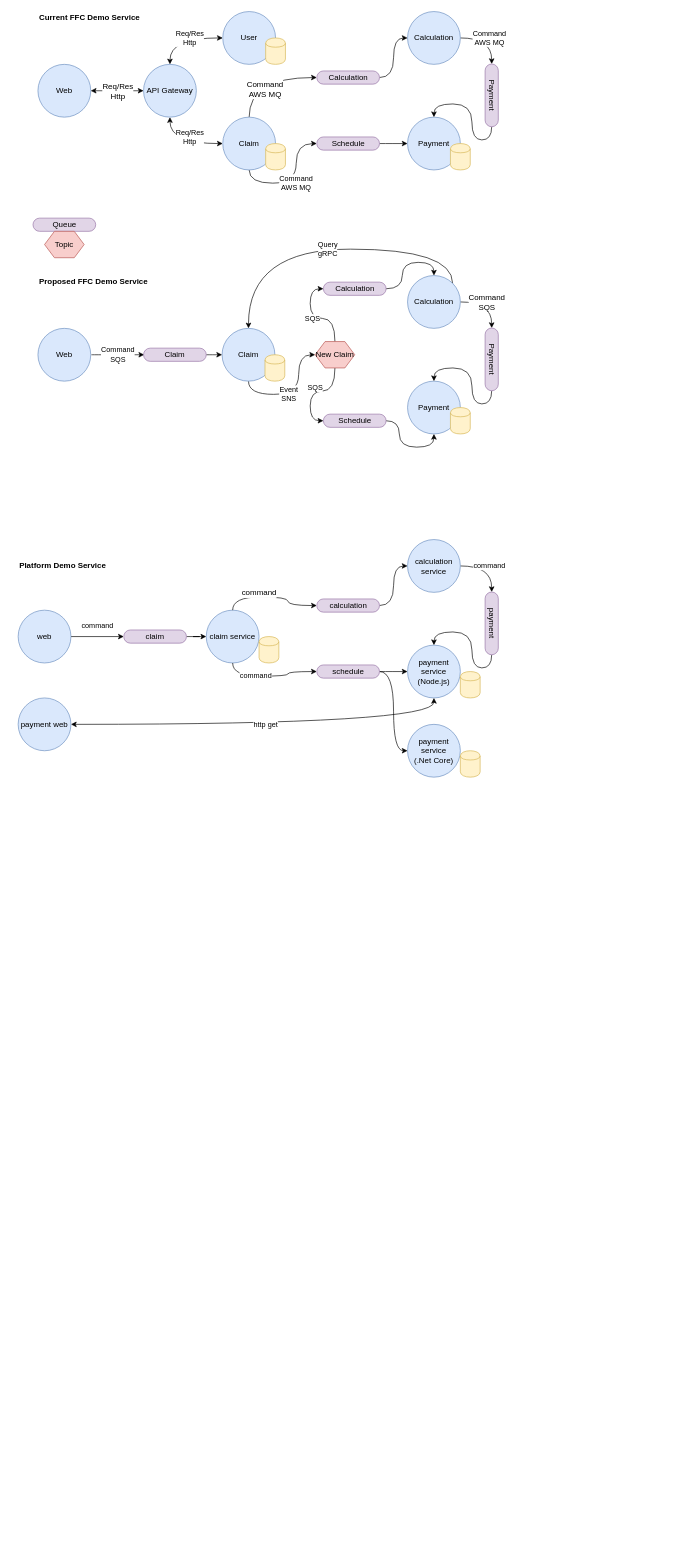
This is ffc-demo-service.drawio from johnwatson484/diagrams, a draw.io file, before an edit. Source tidied: cells renumbered, new cells numbered last; positions are measured from the earlier drawing's top-left corner, leaving out a move shared by most shapes. Both pictures are drawn from the tidied source at 66%, with x=0, y=0 at pixel (18, 11).
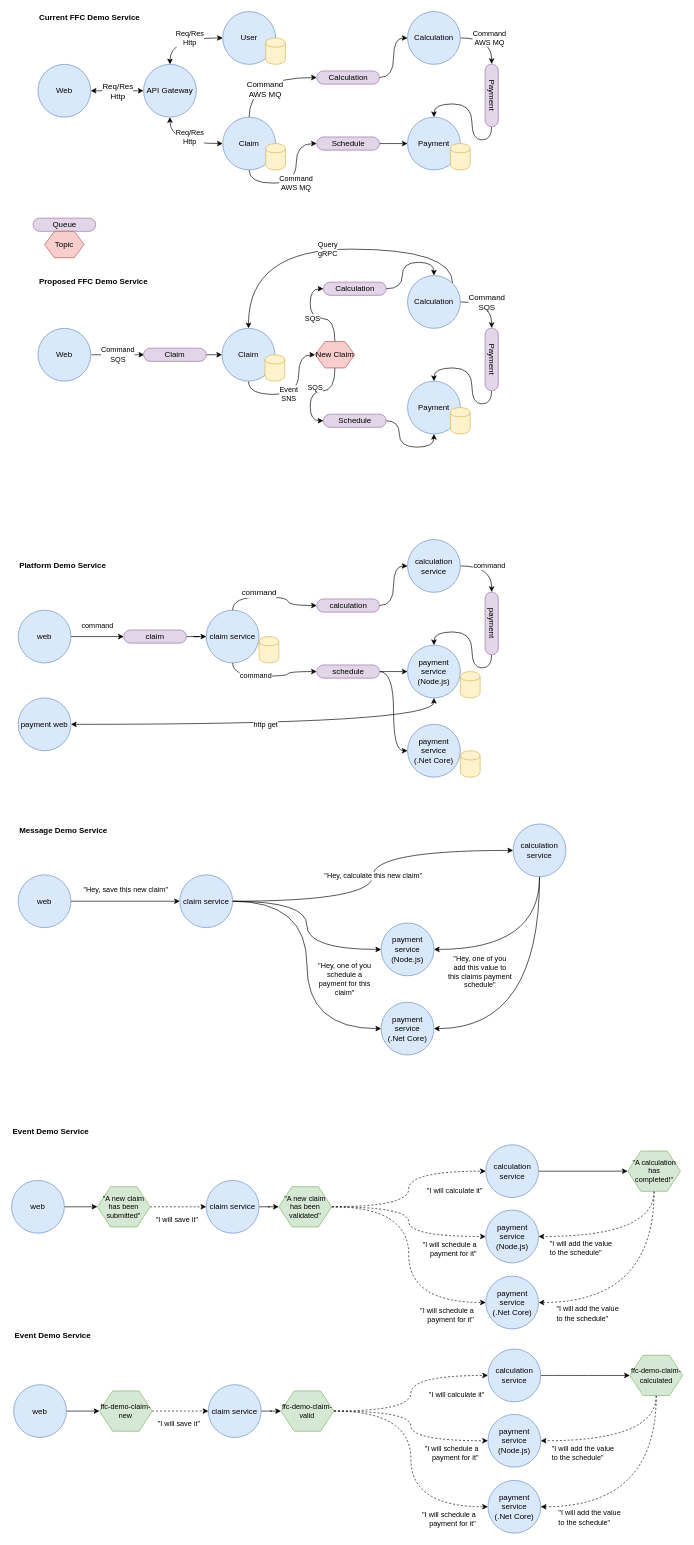
The same diagram, later.

The edit, as a diff of the source:
```diff
@@
+    <mxCell id="76" value="&quot;Hey, calculate this new claim&quot;" style="edgeStyle=orthogonalEdgeStyle;rounded=0;jettySize=auto;html=1;entryX=0;entryY=0.5;entryDx=0;entryDy=0;curved=1;" parent="1" edge="1" source="78" target="82">
+      <mxGeometry relative="1" as="geometry" />
+    </mxCell>
+    <mxCell id="77" style="edgeStyle=orthogonalEdgeStyle;curved=1;rounded=0;jettySize=auto;html=1;fontSize=11;" parent="1" edge="1" source="78" target="83">
+      <mxGeometry relative="1" as="geometry" />
+    </mxCell>
+    <mxCell id="78" value="claim service" style="ellipse;whiteSpace=wrap;html=1;fillColor=#dae8fc;strokeColor=#6c8ebf;" parent="1" vertex="1">
+      <mxGeometry x="245" y="1308" width="80" height="80" as="geometry" />
+    </mxCell>
+    <mxCell id="79" value="&quot;Hey, save this new claim&quot;" style="edgeStyle=orthogonalEdgeStyle;rounded=0;jettySize=auto;html=1;entryX=0;entryY=0.5;entryDx=0;entryDy=0;" parent="1" edge="1" source="80" target="78">
+      <mxGeometry y="17" relative="1" as="geometry" />
+    </mxCell>
+    <mxCell id="80" value="web" style="ellipse;whiteSpace=wrap;html=1;fillColor=#dae8fc;strokeColor=#6c8ebf;" parent="1" vertex="1">
+      <mxGeometry y="1308" width="80" height="80" as="geometry" />
+    </mxCell>
+    <mxCell id="81" style="edgeStyle=orthogonalEdgeStyle;curved=1;rounded=0;jettySize=auto;html=1;exitX=0.5;exitY=1;exitDx=0;exitDy=0;entryX=1;entryY=0.5;entryDx=0;entryDy=0;fontSize=11;" parent="1" edge="1" source="82" target="85">
+      <mxGeometry relative="1" as="geometry" />
+    </mxCell>
+    <mxCell id="82" value="calculation service" style="ellipse;whiteSpace=wrap;html=1;fillColor=#dae8fc;strokeColor=#6c8ebf;" parent="1" vertex="1">
+      <mxGeometry x="750" y="1231" width="80" height="80" as="geometry" />
+    </mxCell>
+    <mxCell id="83" value="payment service&lt;br&gt;(Node.js)" style="ellipse;whiteSpace=wrap;html=1;fillColor=#dae8fc;strokeColor=#6c8ebf;" parent="1" vertex="1">
+      <mxGeometry x="550" y="1381" width="80" height="80" as="geometry" />
+    </mxCell>
+    <mxCell id="84" value="Message Demo Service" style="text;html=1;strokeColor=none;fillColor=none;align=left;verticalAlign=middle;whiteSpace=wrap;rounded=0;fontStyle=1;" parent="1" vertex="1">
+      <mxGeometry y="1231" width="200" height="20" as="geometry" />
+    </mxCell>
+    <mxCell id="85" value="payment service&lt;br&gt;(.Net Core)" style="ellipse;whiteSpace=wrap;html=1;fillColor=#dae8fc;strokeColor=#6c8ebf;" parent="1" vertex="1">
+      <mxGeometry x="550" y="1501" width="80" height="80" as="geometry" />
+    </mxCell>
+    <mxCell id="86" style="endArrow=classic;html=1;exitX=1;exitY=0.5;exitDx=0;exitDy=0;entryX=0;entryY=0.5;entryDx=0;entryDy=0;edgeStyle=orthogonalEdgeStyle;curved=1;" parent="1" edge="1" source="78" target="85">
+      <mxGeometry relative="1" as="geometry" />
+    </mxCell>
+    <mxCell id="87" value="&quot;Hey, one of you schedule a payment for this claim&quot;" style="text;html=1;strokeColor=none;fillColor=none;align=center;verticalAlign=middle;whiteSpace=wrap;rounded=0;fontSize=11;" parent="1" vertex="1">
+      <mxGeometry x="450" y="1441" width="90" height="50" as="geometry" />
+    </mxCell>
+    <mxCell id="88" value="&quot;Hey, one of you add this value to this claims payment schedule&quot;" style="text;html=1;strokeColor=none;fillColor=none;align=center;verticalAlign=middle;whiteSpace=wrap;rounded=0;fontSize=11;" parent="1" vertex="1">
+      <mxGeometry x="650" y="1430" width="100" height="49" as="geometry" />
+    </mxCell>
+    <mxCell id="89" style="edgeStyle=orthogonalEdgeStyle;curved=1;rounded=0;jettySize=auto;html=1;entryX=1;entryY=0.5;entryDx=0;entryDy=0;fontSize=11;exitX=0.5;exitY=1;exitDx=0;exitDy=0;" parent="1" edge="1" source="82" target="83">
+      <mxGeometry relative="1" as="geometry" />
+    </mxCell>
+    <mxCell id="90" style="edgeStyle=orthogonalEdgeStyle;curved=1;rounded=0;jettySize=auto;html=1;fontSize=11;" parent="1" edge="1" source="91" target="102">
+      <mxGeometry relative="1" as="geometry" />
+    </mxCell>
+    <mxCell id="91" value="claim service" style="ellipse;whiteSpace=wrap;html=1;fillColor=#dae8fc;strokeColor=#6c8ebf;" parent="1" vertex="1">
+      <mxGeometry x="285" y="1771" width="80" height="80" as="geometry" />
+    </mxCell>
+    <mxCell id="92" style="edgeStyle=orthogonalEdgeStyle;curved=1;rounded=0;jettySize=auto;html=1;fontSize=11;" parent="1" edge="1" source="93" target="113">
+      <mxGeometry relative="1" as="geometry" />
+    </mxCell>
+    <mxCell id="93" value="web" style="ellipse;whiteSpace=wrap;html=1;fillColor=#dae8fc;strokeColor=#6c8ebf;" parent="1" vertex="1">
+      <mxGeometry x="-10" y="1771" width="80" height="80" as="geometry" />
+    </mxCell>
+    <mxCell id="94" style="edgeStyle=orthogonalEdgeStyle;curved=1;rounded=0;jettySize=auto;html=1;entryX=0;entryY=0.5;entryDx=0;entryDy=0;fontSize=11;" parent="1" edge="1" source="95" target="109">
+      <mxGeometry relative="1" as="geometry" />
+    </mxCell>
+    <mxCell id="95" value="calculation service" style="ellipse;whiteSpace=wrap;html=1;fillColor=#dae8fc;strokeColor=#6c8ebf;" parent="1" vertex="1">
+      <mxGeometry x="708.5" y="1717" width="80" height="80" as="geometry" />
+    </mxCell>
+    <mxCell id="96" value="payment service&lt;br&gt;(Node.js)" style="ellipse;whiteSpace=wrap;html=1;fillColor=#dae8fc;strokeColor=#6c8ebf;" parent="1" vertex="1">
+      <mxGeometry x="708.5" y="1816" width="80" height="80" as="geometry" />
+    </mxCell>
+    <mxCell id="97" value="Event Demo Service" style="text;html=1;strokeColor=none;fillColor=none;align=left;verticalAlign=middle;whiteSpace=wrap;rounded=0;fontStyle=1;" parent="1" vertex="1">
+      <mxGeometry x="-10" y="1686.5" width="200" height="20" as="geometry" />
+    </mxCell>
+    <mxCell id="98" value="payment service&lt;br&gt;(.Net Core)" style="ellipse;whiteSpace=wrap;html=1;fillColor=#dae8fc;strokeColor=#6c8ebf;" parent="1" vertex="1">
+      <mxGeometry x="708.5" y="1916" width="80" height="80" as="geometry" />
+    </mxCell>
+    <mxCell id="99" style="edgeStyle=orthogonalEdgeStyle;curved=1;rounded=0;jettySize=auto;html=1;entryX=0;entryY=0.5;entryDx=0;entryDy=0;dashed=1;fontSize=11;" parent="1" edge="1" source="102" target="95">
+      <mxGeometry relative="1" as="geometry" />
+    </mxCell>
+    <mxCell id="100" style="edgeStyle=orthogonalEdgeStyle;curved=1;rounded=0;jettySize=auto;html=1;entryX=0;entryY=0.5;entryDx=0;entryDy=0;dashed=1;fontSize=11;" parent="1" edge="1" source="102" target="96">
+      <mxGeometry relative="1" as="geometry" />
+    </mxCell>
+    <mxCell id="101" style="edgeStyle=orthogonalEdgeStyle;curved=1;rounded=0;jettySize=auto;html=1;entryX=0;entryY=0.5;entryDx=0;entryDy=0;dashed=1;fontSize=11;" parent="1" edge="1" source="102" target="98">
+      <mxGeometry relative="1" as="geometry" />
+    </mxCell>
+    <mxCell id="102" value="&quot;A new claim has been validated&quot;" style="shape=hexagon;perimeter=hexagonPerimeter2;whiteSpace=wrap;html=1;fixedSize=1;fontSize=11;fillColor=#d5e8d4;strokeColor=#82b366;" parent="1" vertex="1">
+      <mxGeometry x="395" y="1780.5" width="80" height="61" as="geometry" />
+    </mxCell>
+    <mxCell id="103" value="&quot;I will save it&quot;" style="text;html=1;strokeColor=none;fillColor=none;align=right;verticalAlign=middle;whiteSpace=wrap;rounded=0;fontSize=11;" parent="1" vertex="1">
+      <mxGeometry x="190" y="1818.5" width="85" height="23" as="geometry" />
+    </mxCell>
+    <mxCell id="104" value="&quot;I will calculate it&quot;" style="text;html=1;strokeColor=none;fillColor=none;align=right;verticalAlign=middle;whiteSpace=wrap;rounded=0;fontSize=11;" parent="1" vertex="1">
+      <mxGeometry x="612.5" y="1774" width="92.5" height="23" as="geometry" />
+    </mxCell>
+    <mxCell id="105" value="&quot;I will schedule a payment for it&quot;" style="text;html=1;strokeColor=none;fillColor=none;align=right;verticalAlign=middle;whiteSpace=wrap;rounded=0;fontSize=11;" parent="1" vertex="1">
+      <mxGeometry x="603.8" y="1863" width="92.5" height="23" as="geometry" />
+    </mxCell>
+    <mxCell id="106" value="&quot;I will schedule a payment for it&quot;" style="text;html=1;strokeColor=none;fillColor=none;align=right;verticalAlign=middle;whiteSpace=wrap;rounded=0;fontSize=11;" parent="1" vertex="1">
+      <mxGeometry x="600" y="1963" width="92.5" height="23" as="geometry" />
+    </mxCell>
+    <mxCell id="107" style="edgeStyle=orthogonalEdgeStyle;curved=1;rounded=0;jettySize=auto;html=1;entryX=1;entryY=0.5;entryDx=0;entryDy=0;dashed=1;fontSize=11;exitX=0.5;exitY=1;exitDx=0;exitDy=0;" parent="1" edge="1" source="109" target="96">
+      <mxGeometry relative="1" as="geometry" />
+    </mxCell>
+    <mxCell id="108" style="edgeStyle=orthogonalEdgeStyle;curved=1;rounded=0;jettySize=auto;html=1;entryX=1;entryY=0.5;entryDx=0;entryDy=0;dashed=1;fontSize=11;exitX=0.5;exitY=1;exitDx=0;exitDy=0;" parent="1" edge="1" source="109" target="98">
+      <mxGeometry relative="1" as="geometry" />
+    </mxCell>
+    <mxCell id="109" value="&quot;A calculation has completed!&quot;" style="shape=hexagon;perimeter=hexagonPerimeter2;whiteSpace=wrap;html=1;fixedSize=1;fontSize=11;fillColor=#d5e8d4;strokeColor=#82b366;" parent="1" vertex="1">
+      <mxGeometry x="923.5" y="1726.5" width="80" height="61" as="geometry" />
+    </mxCell>
+    <mxCell id="110" value="&quot;I will add the value to the schedule&quot;" style="text;html=1;strokeColor=none;fillColor=none;align=left;verticalAlign=middle;whiteSpace=wrap;rounded=0;fontSize=11;" parent="1" vertex="1">
+      <mxGeometry x="803.5" y="1861.2" width="105" height="26.5" as="geometry" />
+    </mxCell>
+    <mxCell id="111" value="&quot;I will add the value to the schedule&quot;" style="text;html=1;strokeColor=none;fillColor=none;align=left;verticalAlign=middle;whiteSpace=wrap;rounded=0;fontSize=11;" parent="1" vertex="1">
+      <mxGeometry x="813.5" y="1959.5" width="105" height="26.5" as="geometry" />
+    </mxCell>
+    <mxCell id="112" style="edgeStyle=orthogonalEdgeStyle;curved=1;rounded=0;jettySize=auto;html=1;fontSize=11;dashed=1;" parent="1" edge="1" source="113" target="91">
+      <mxGeometry relative="1" as="geometry" />
+    </mxCell>
+    <mxCell id="113" value="&quot;A new claim has been submitted&quot;" style="shape=hexagon;perimeter=hexagonPerimeter2;whiteSpace=wrap;html=1;fixedSize=1;fontSize=11;fillColor=#d5e8d4;strokeColor=#82b366;" parent="1" vertex="1">
+      <mxGeometry x="120" y="1780.5" width="80" height="61" as="geometry" />
+    </mxCell>
+    <mxCell id="114" style="edgeStyle=orthogonalEdgeStyle;curved=1;rounded=0;jettySize=auto;html=1;fontSize=11;" parent="1" edge="1" source="115" target="126">
+      <mxGeometry relative="1" as="geometry" />
+    </mxCell>
+    <mxCell id="115" value="claim service" style="ellipse;whiteSpace=wrap;html=1;fillColor=#dae8fc;strokeColor=#6c8ebf;" parent="1" vertex="1">
+      <mxGeometry x="288.2" y="2080.5" width="80" height="80" as="geometry" />
+    </mxCell>
+    <mxCell id="116" style="edgeStyle=orthogonalEdgeStyle;curved=1;rounded=0;jettySize=auto;html=1;fontSize=11;" parent="1" edge="1" source="117" target="137">
+      <mxGeometry relative="1" as="geometry" />
+    </mxCell>
+    <mxCell id="117" value="web" style="ellipse;whiteSpace=wrap;html=1;fillColor=#dae8fc;strokeColor=#6c8ebf;" parent="1" vertex="1">
+      <mxGeometry x="-6.8" y="2080.5" width="80" height="80" as="geometry" />
+    </mxCell>
+    <mxCell id="118" style="edgeStyle=orthogonalEdgeStyle;curved=1;rounded=0;jettySize=auto;html=1;entryX=0;entryY=0.5;entryDx=0;entryDy=0;fontSize=11;" parent="1" edge="1" source="119" target="133">
+      <mxGeometry relative="1" as="geometry" />
+    </mxCell>
+    <mxCell id="119" value="calculation service" style="ellipse;whiteSpace=wrap;html=1;fillColor=#dae8fc;strokeColor=#6c8ebf;" parent="1" vertex="1">
+      <mxGeometry x="711.8" y="2026.5" width="80" height="80" as="geometry" />
+    </mxCell>
+    <mxCell id="120" value="payment service&lt;br&gt;(Node.js)" style="ellipse;whiteSpace=wrap;html=1;fillColor=#dae8fc;strokeColor=#6c8ebf;" parent="1" vertex="1">
+      <mxGeometry x="711.8" y="2125.5" width="80" height="80" as="geometry" />
+    </mxCell>
+    <mxCell id="121" value="Event Demo Service" style="text;html=1;strokeColor=none;fillColor=none;align=left;verticalAlign=middle;whiteSpace=wrap;rounded=0;fontStyle=1;" parent="1" vertex="1">
+      <mxGeometry x="-6.8" y="1996" width="200" height="20" as="geometry" />
+    </mxCell>
+    <mxCell id="122" value="payment service&lt;br&gt;(.Net Core)" style="ellipse;whiteSpace=wrap;html=1;fillColor=#dae8fc;strokeColor=#6c8ebf;" parent="1" vertex="1">
+      <mxGeometry x="711.8" y="2225.5" width="80" height="80" as="geometry" />
+    </mxCell>
+    <mxCell id="123" style="edgeStyle=orthogonalEdgeStyle;curved=1;rounded=0;jettySize=auto;html=1;entryX=0;entryY=0.5;entryDx=0;entryDy=0;dashed=1;fontSize=11;" parent="1" edge="1" source="126" target="119">
+      <mxGeometry relative="1" as="geometry" />
+    </mxCell>
+    <mxCell id="124" style="edgeStyle=orthogonalEdgeStyle;curved=1;rounded=0;jettySize=auto;html=1;entryX=0;entryY=0.5;entryDx=0;entryDy=0;dashed=1;fontSize=11;" parent="1" edge="1" source="126" target="120">
+      <mxGeometry relative="1" as="geometry" />
+    </mxCell>
+    <mxCell id="125" style="edgeStyle=orthogonalEdgeStyle;curved=1;rounded=0;jettySize=auto;html=1;entryX=0;entryY=0.5;entryDx=0;entryDy=0;dashed=1;fontSize=11;" parent="1" edge="1" source="126" target="122">
+      <mxGeometry relative="1" as="geometry" />
+    </mxCell>
+    <mxCell id="126" value="ffc-demo-claim-valid" style="shape=hexagon;perimeter=hexagonPerimeter2;whiteSpace=wrap;html=1;fixedSize=1;fontSize=11;fillColor=#d5e8d4;strokeColor=#82b366;" parent="1" vertex="1">
+      <mxGeometry x="398.2" y="2090" width="80" height="61" as="geometry" />
+    </mxCell>
+    <mxCell id="127" value="&quot;I will save it&quot;" style="text;html=1;strokeColor=none;fillColor=none;align=right;verticalAlign=middle;whiteSpace=wrap;rounded=0;fontSize=11;" parent="1" vertex="1">
+      <mxGeometry x="193.2" y="2128" width="85" height="23" as="geometry" />
+    </mxCell>
+    <mxCell id="128" value="&quot;I will calculate it&quot;" style="text;html=1;strokeColor=none;fillColor=none;align=right;verticalAlign=middle;whiteSpace=wrap;rounded=0;fontSize=11;" parent="1" vertex="1">
+      <mxGeometry x="615.8" y="2083.5" width="92.5" height="23" as="geometry" />
+    </mxCell>
+    <mxCell id="129" value="&quot;I will schedule a payment for it&quot;" style="text;html=1;strokeColor=none;fillColor=none;align=right;verticalAlign=middle;whiteSpace=wrap;rounded=0;fontSize=11;" parent="1" vertex="1">
+      <mxGeometry x="607" y="2172.5" width="92.5" height="23" as="geometry" />
+    </mxCell>
+    <mxCell id="130" value="&quot;I will schedule a payment for it&quot;" style="text;html=1;strokeColor=none;fillColor=none;align=right;verticalAlign=middle;whiteSpace=wrap;rounded=0;fontSize=11;" parent="1" vertex="1">
+      <mxGeometry x="603.2" y="2272.5" width="92.5" height="23" as="geometry" />
+    </mxCell>
+    <mxCell id="131" style="edgeStyle=orthogonalEdgeStyle;curved=1;rounded=0;jettySize=auto;html=1;entryX=1;entryY=0.5;entryDx=0;entryDy=0;dashed=1;fontSize=11;exitX=0.5;exitY=1;exitDx=0;exitDy=0;" parent="1" edge="1" source="133" target="120">
+      <mxGeometry relative="1" as="geometry" />
+    </mxCell>
+    <mxCell id="132" style="edgeStyle=orthogonalEdgeStyle;curved=1;rounded=0;jettySize=auto;html=1;entryX=1;entryY=0.5;entryDx=0;entryDy=0;dashed=1;fontSize=11;exitX=0.5;exitY=1;exitDx=0;exitDy=0;" parent="1" edge="1" source="133" target="122">
+      <mxGeometry relative="1" as="geometry" />
+    </mxCell>
+    <mxCell id="133" value="ffc-demo-claim-calculated" style="shape=hexagon;perimeter=hexagonPerimeter2;whiteSpace=wrap;html=1;fixedSize=1;fontSize=11;fillColor=#d5e8d4;strokeColor=#82b366;" parent="1" vertex="1">
+      <mxGeometry x="926.8" y="2036" width="80" height="61" as="geometry" />
+    </mxCell>
+    <mxCell id="134" value="&quot;I will add the value to the schedule&quot;" style="text;html=1;strokeColor=none;fillColor=none;align=left;verticalAlign=middle;whiteSpace=wrap;rounded=0;fontSize=11;" parent="1" vertex="1">
+      <mxGeometry x="806.8" y="2170.8" width="105" height="26.5" as="geometry" />
+    </mxCell>
+    <mxCell id="135" value="&quot;I will add the value to the schedule&quot;" style="text;html=1;strokeColor=none;fillColor=none;align=left;verticalAlign=middle;whiteSpace=wrap;rounded=0;fontSize=11;" parent="1" vertex="1">
+      <mxGeometry x="816.8" y="2269" width="105" height="26.5" as="geometry" />
+    </mxCell>
+    <mxCell id="136" style="edgeStyle=orthogonalEdgeStyle;curved=1;rounded=0;jettySize=auto;html=1;fontSize=11;dashed=1;" parent="1" edge="1" source="137" target="115">
+      <mxGeometry relative="1" as="geometry" />
+    </mxCell>
+    <mxCell id="137" value="ffc-demo-claim-new" style="shape=hexagon;perimeter=hexagonPerimeter2;whiteSpace=wrap;html=1;fixedSize=1;fontSize=11;fillColor=#d5e8d4;strokeColor=#82b366;" parent="1" vertex="1">
+      <mxGeometry x="123.2" y="2090" width="80" height="61" as="geometry" />
+    </mxCell>
```
